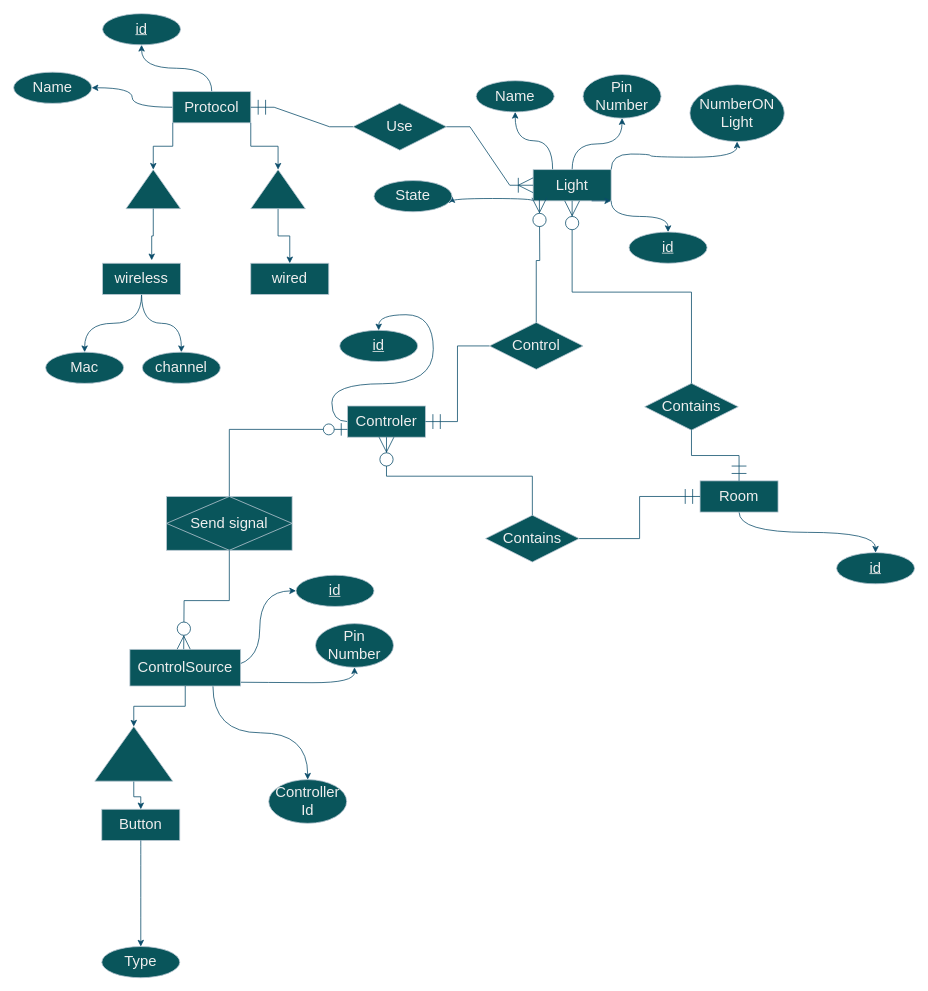
The draw.io diagram ERD.drawio in alialksm2006-dotcom/LightAutomation, before the edit. Source tidied: cells renumbered, new cells numbered last; positions are measured from the earlier drawing's top-left corner, leaving out a move shared by most shapes. Both pictures are drawn from the tidied source at 78%, with x=0, y=0 at pixel (13, 13).
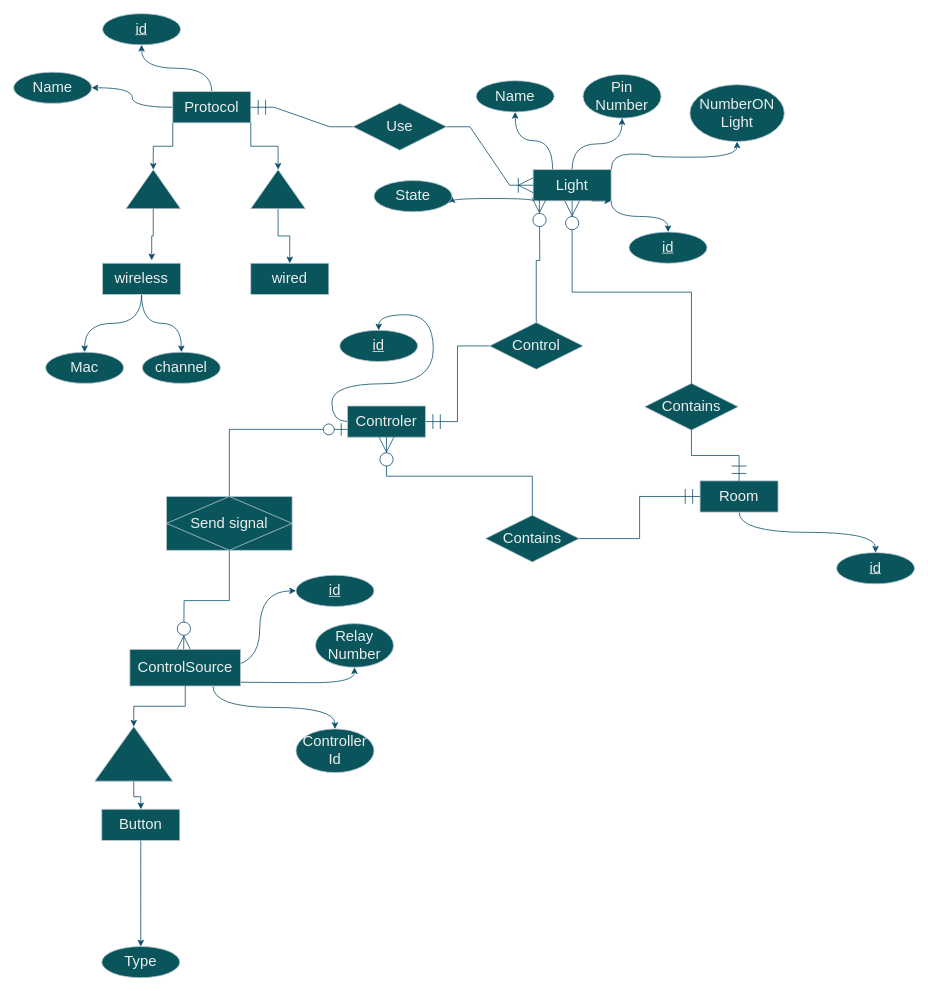
The same diagram, later.

The edit, as a diff of the source:
```diff
@@
-    <mxCell id="44" value="Pin Number" style="ellipse;whiteSpace=wrap;html=1;align=center;fontSize=19;labelBackgroundColor=none;fillColor=#09555B;strokeColor=#BAC8D3;fontColor=#EEEEEE;" parent="1" vertex="1">
+    <mxCell id="44" value="Relay&lt;br&gt;Number" style="ellipse;whiteSpace=wrap;html=1;align=center;fontSize=19;labelBackgroundColor=none;fillColor=#09555B;strokeColor=#BAC8D3;fontColor=#EEEEEE;" parent="1" vertex="1">
       <mxGeometry x="387" y="782" width="100" height="56" as="geometry" />
     </mxCell>
@@
     <mxCell id="64" value="Controller Id" style="ellipse;whiteSpace=wrap;html=1;align=center;fontSize=19;labelBackgroundColor=none;fillColor=#09555B;strokeColor=#BAC8D3;fontColor=#EEEEEE;" parent="1" vertex="1">
-      <mxGeometry x="327" y="982" width="100" height="56" as="geometry" />
+      <mxGeometry x="362" y="917" width="100" height="56" as="geometry" />
     </mxCell>
```
